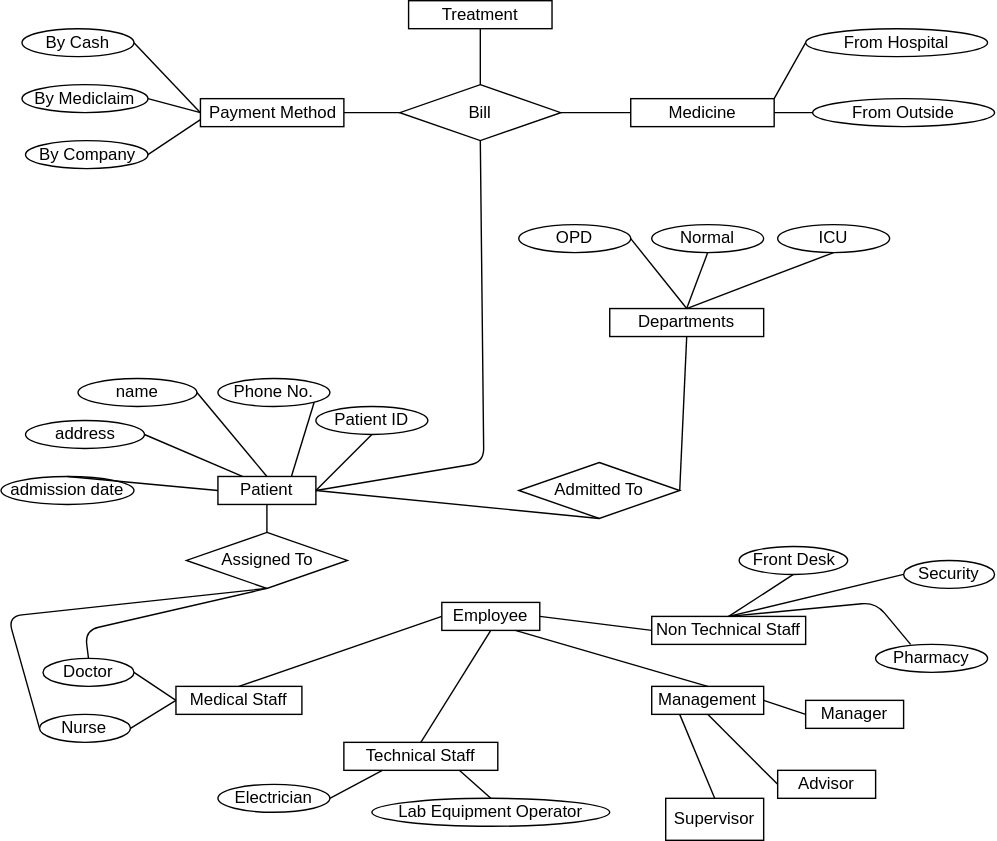
Above: er_dig.svg in listout/drawio_digs (draw.io), before the change. Source tidied: cells renumbered, new cells last; positions are measured from the earlier drawing's top-left corner, leaving out a move shared by most shapes.
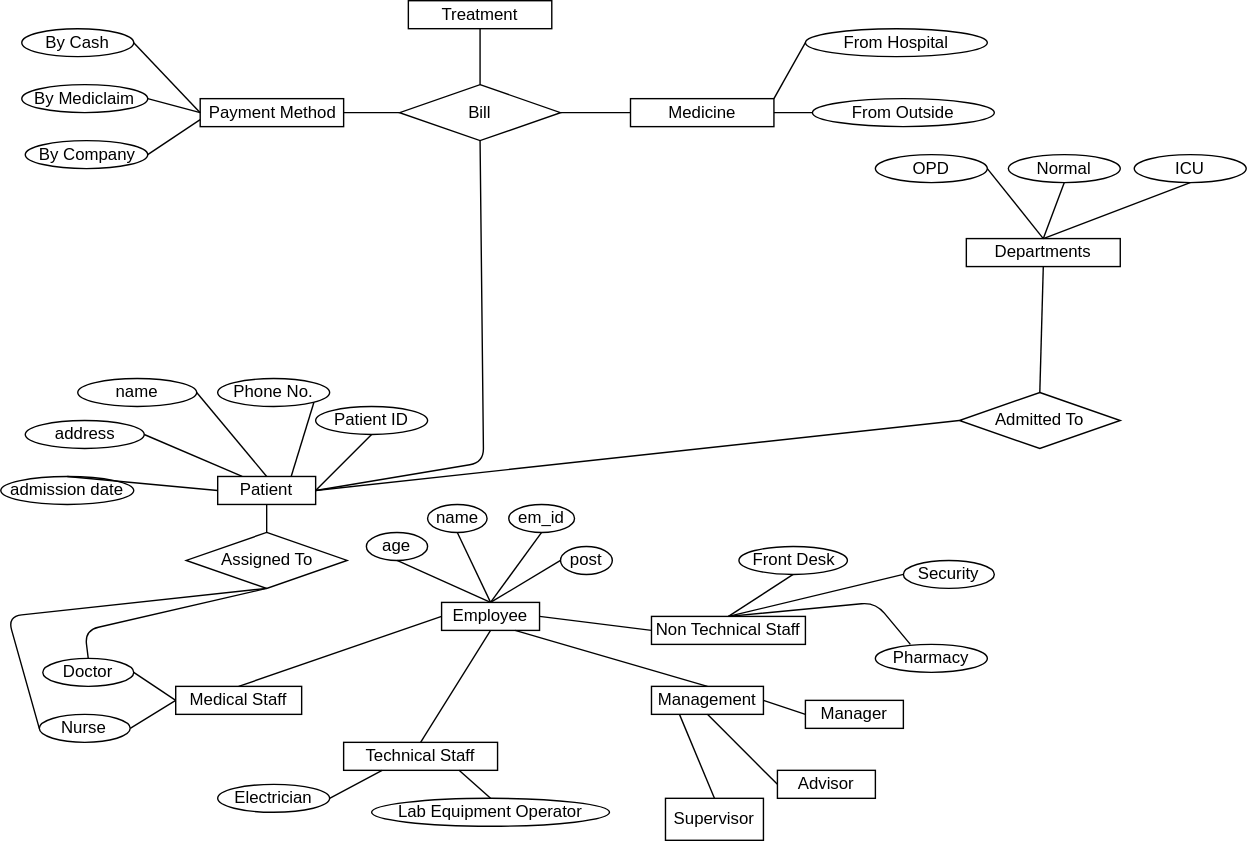
Above is the later version.

The edit, as a diff of the source:
```diff
@@ -127,7 +127,7 @@
       </mxGeometry>
     </mxCell>
     <mxCell id="39" value="Departments" style="rounded=0;whiteSpace=wrap;html=1;" parent="1" vertex="1">
-      <mxGeometry x="435" y="220" width="110" height="20" as="geometry" />
+      <mxGeometry x="690" y="170" width="110" height="20" as="geometry" />
     </mxCell>
     <mxCell id="40" value="Nurse" style="ellipse;whiteSpace=wrap;html=1;" parent="1" vertex="1">
       <mxGeometry x="27.5" y="510" width="65" height="20" as="geometry" />
@@ -151,13 +151,13 @@
       <mxGeometry x="625" y="460" width="80" height="20" as="geometry" />
     </mxCell>
     <mxCell id="47" value="OPD" style="ellipse;whiteSpace=wrap;html=1;" parent="1" vertex="1">
-      <mxGeometry x="370" y="160" width="80" height="20" as="geometry" />
+      <mxGeometry x="625" y="110" width="80" height="20" as="geometry" />
     </mxCell>
     <mxCell id="48" value="Normal" style="ellipse;whiteSpace=wrap;html=1;" parent="1" vertex="1">
-      <mxGeometry x="465" y="160" width="80" height="20" as="geometry" />
+      <mxGeometry x="720" y="110" width="80" height="20" as="geometry" />
     </mxCell>
     <mxCell id="49" value="ICU" style="ellipse;whiteSpace=wrap;html=1;" parent="1" vertex="1">
-      <mxGeometry x="555" y="160" width="80" height="20" as="geometry" />
+      <mxGeometry x="810" y="110" width="80" height="20" as="geometry" />
     </mxCell>
     <mxCell id="50" style="endArrow=none;html=1;entryX=0.5;entryY=1;entryDx=0;entryDy=0;exitX=0.5;exitY=0;exitDx=0;exitDy=0;" parent="1" edge="1" source="39" target="47">
       <mxGeometry relative="1" as="geometry" />
@@ -169,9 +169,9 @@
       <mxGeometry relative="1" as="geometry" />
     </mxCell>
     <mxCell id="53" value="Admitted To" style="rhombus;whiteSpace=wrap;html=1;" parent="1" vertex="1">
-      <mxGeometry x="370" y="330" width="115" height="40" as="geometry" />
+      <mxGeometry x="685" y="280" width="115" height="40" as="geometry" />
     </mxCell>
-    <mxCell id="54" style="endArrow=none;html=1;entryX=1;entryY=0.5;entryDx=0;entryDy=0;exitX=0.5;exitY=1;exitDx=0;exitDy=0;" parent="1" edge="1" source="39" target="53">
+    <mxCell id="54" style="endArrow=none;html=1;entryX=0.5;entryY=0;entryDx=0;entryDy=0;exitX=0.5;exitY=1;exitDx=0;exitDy=0;" parent="1" edge="1" source="39" target="53">
       <mxGeometry relative="1" as="geometry" />
     </mxCell>
     <mxCell id="55" style="endArrow=none;html=1;entryX=0;entryY=0.5;entryDx=0;entryDy=0;exitX=1;exitY=0.5;exitDx=0;exitDy=0;" parent="1" edge="1" source="24" target="53">
@@ -235,5 +235,29 @@
     <mxCell id="73" style="endArrow=none;html=1;exitX=1;exitY=0.5;exitDx=0;exitDy=0;entryX=0;entryY=0.5;entryDx=0;entryDy=0;" parent="1" edge="1" source="67" target="71">
       <mxGeometry relative="1" as="geometry" />
     </mxCell>
+    <mxCell id="74" value="name" style="ellipse;whiteSpace=wrap;html=1;" parent="1" vertex="1">
+      <mxGeometry x="305" y="360" width="42.5" height="20" as="geometry" />
+    </mxCell>
+    <mxCell id="75" value="age" style="ellipse;whiteSpace=wrap;html=1;" parent="1" vertex="1">
+      <mxGeometry x="261.2" y="380" width="43.8" height="20" as="geometry" />
+    </mxCell>
+    <mxCell id="76" value="em_id" style="ellipse;whiteSpace=wrap;html=1;" parent="1" vertex="1">
+      <mxGeometry x="363" y="360" width="47" height="20" as="geometry" />
+    </mxCell>
+    <mxCell id="77" value="post" style="ellipse;whiteSpace=wrap;html=1;" parent="1" vertex="1">
+      <mxGeometry x="400" y="390" width="37" height="20" as="geometry" />
+    </mxCell>
+    <mxCell id="78" style="endArrow=none;html=1;entryX=0.5;entryY=1;entryDx=0;entryDy=0;exitX=0.5;exitY=0;exitDx=0;exitDy=0;" parent="1" edge="1" source="2" target="75">
+      <mxGeometry relative="1" as="geometry" />
+    </mxCell>
+    <mxCell id="79" style="endArrow=none;html=1;entryX=0.5;entryY=1;entryDx=0;entryDy=0;exitX=0.5;exitY=0;exitDx=0;exitDy=0;" parent="1" edge="1" source="2" target="74">
+      <mxGeometry relative="1" as="geometry" />
+    </mxCell>
+    <mxCell id="80" style="endArrow=none;html=1;entryX=0.5;entryY=1;entryDx=0;entryDy=0;exitX=0.5;exitY=0;exitDx=0;exitDy=0;" parent="1" edge="1" source="2" target="76">
+      <mxGeometry relative="1" as="geometry" />
+    </mxCell>
+    <mxCell id="81" style="endArrow=none;html=1;entryX=0;entryY=0.5;entryDx=0;entryDy=0;exitX=0.5;exitY=0;exitDx=0;exitDy=0;" parent="1" edge="1" source="2" target="77">
+      <mxGeometry relative="1" as="geometry" />
+    </mxCell>
   </root>
 </mxGraphModel>
```
